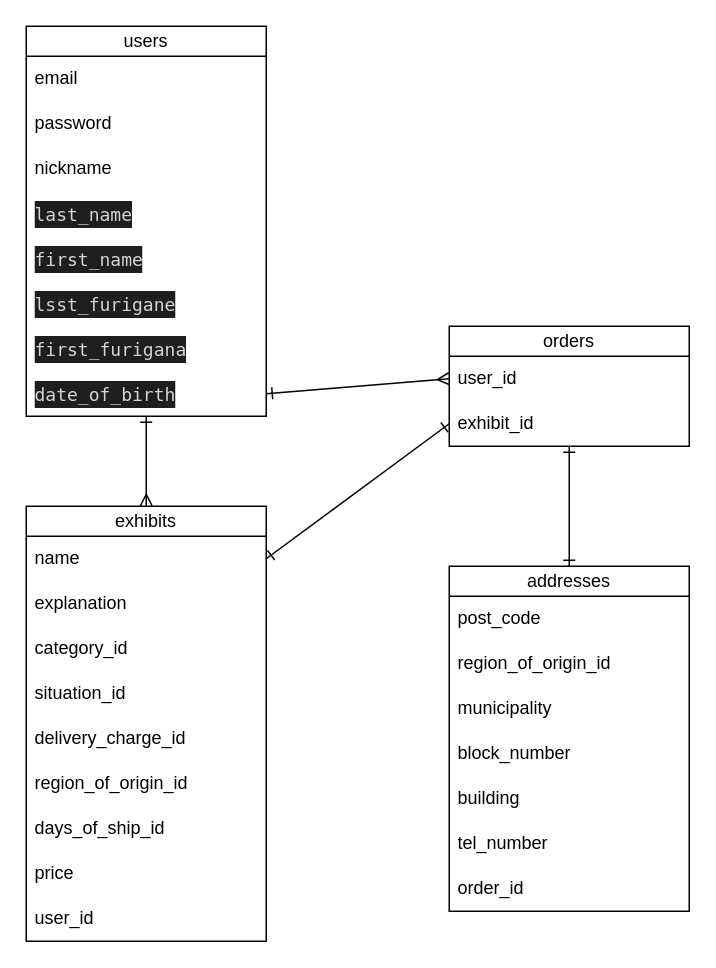
This is furima.dio from testmpc/furima-38889, a draw.io file, before an edit. Source tidied: cells renumbered, new cells numbered last; positions are measured from the earlier drawing's top-left corner, leaving out a move shared by most shapes. Both pictures are drawn from the tidied source at 150%, with x=0, y=0 at pixel (26, 26).
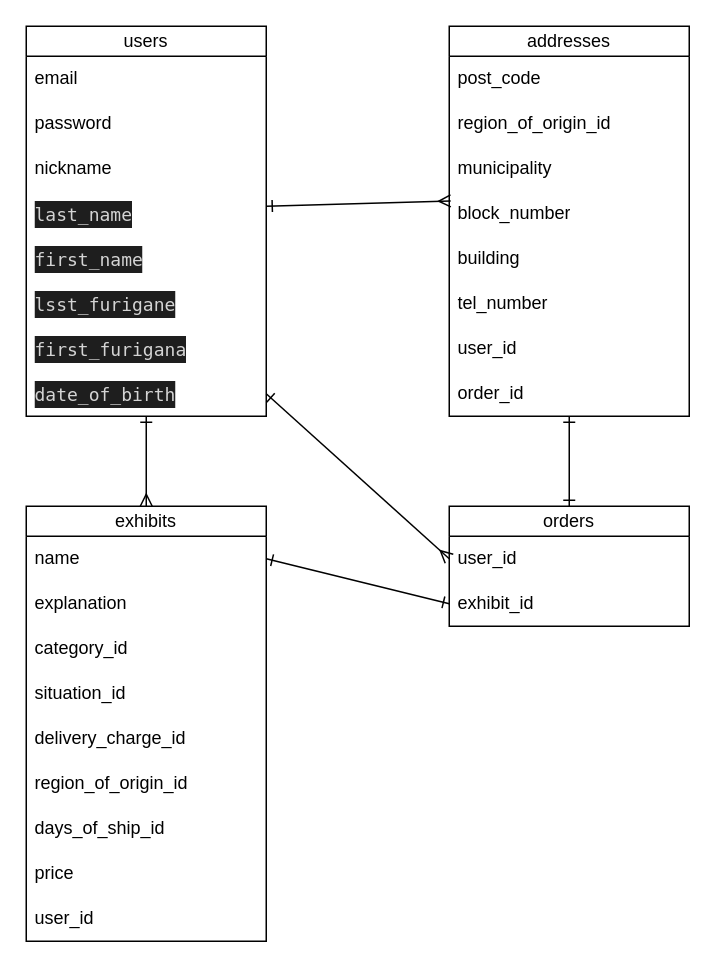
After the change.

Commit message (it also covers changes not shown here):
データベース設計5回目

The change refers to these unchanged cells:
```xml
<mxCell id="15" value="exhibit_id" style="text;strokeColor=none;fillColor=none;align=left;verticalAlign=middle;spacingLeft=4;spacingRight=4;overflow=hidden;points=[[0,0.5],[1,0.5]];portConstraint=eastwest;whiteSpace=wrap;html=1;" parent="13" vertex="1">
  <mxGeometry y="50" width="160" height="30" as="geometry" />
</mxCell>
<mxCell id="29" value="block_number" style="text;strokeColor=none;fillColor=none;align=left;verticalAlign=middle;spacingLeft=4;spacingRight=4;overflow=hidden;points=[[0,0.5],[1,0.5]];portConstraint=eastwest;whiteSpace=wrap;html=1;" parent="25" vertex="1">
  <mxGeometry y="110" width="160" height="30" as="geometry" />
</mxCell>
```

Diff of the diagram source:
```diff
@@
     <mxCell id="13" value="orders" style="swimlane;fontStyle=0;horizontal=1;startSize=20;whiteSpace=wrap;html=1;" parent="1" vertex="1">
-      <mxGeometry x="282" y="200" width="160" height="80" as="geometry" />
+      <mxGeometry x="282" y="320" width="160" height="80" as="geometry" />
     </mxCell>
@@
     <mxCell id="25" value="addresses" style="swimlane;fontStyle=0;horizontal=1;startSize=20;whiteSpace=wrap;html=1;" parent="1" vertex="1">
-      <mxGeometry x="282" y="360" width="160" height="230" as="geometry" />
+      <mxGeometry x="282" width="160" height="260" as="geometry" />
     </mxCell>
@@
+    <mxCell id="36" value="user_id" style="text;strokeColor=none;fillColor=none;align=left;verticalAlign=middle;spacingLeft=4;spacingRight=4;overflow=hidden;whiteSpace=wrap;html=1;" parent="25" vertex="1">
+      <mxGeometry y="200" width="160" height="30" as="geometry" />
+    </mxCell>
     <mxCell id="32" value="order_id" style="text;strokeColor=none;fillColor=none;align=left;verticalAlign=middle;spacingLeft=4;spacingRight=4;overflow=hidden;whiteSpace=wrap;html=1;" parent="25" vertex="1">
-      <mxGeometry y="200" width="160" height="30" as="geometry" />
+      <mxGeometry y="230" width="160" height="30" as="geometry" />
     </mxCell>
@@
-    <mxCell id="35" style="edgeStyle=none;html=1;startArrow=ERone;startFill=0;endArrow=ERone;endFill=0;entryX=0.5;entryY=0;entryDx=0;entryDy=0;" parent="1" edge="1" source="15" target="25">
-      <mxGeometry relative="1" as="geometry" />
-    </mxCell>
+    <mxCell id="37" style="edgeStyle=none;html=1;endArrow=ERone;endFill=0;startArrow=ERone;startFill=0;entryX=0.5;entryY=0;entryDx=0;entryDy=0;" parent="1" edge="1" target="13">
+      <mxGeometry relative="1" as="geometry">
+        <mxPoint x="362" y="260" as="sourcePoint" />
+      </mxGeometry>
+    </mxCell>
+    <mxCell id="38" style="edgeStyle=none;html=1;startArrow=ERmany;startFill=0;endArrow=ERone;endFill=0;entryX=1;entryY=0.5;entryDx=0;entryDy=0;exitX=0.006;exitY=0.214;exitDx=0;exitDy=0;exitPerimeter=0;" parent="1" edge="1" source="29">
+      <mxGeometry relative="1" as="geometry">
+        <mxPoint x="160" y="120" as="targetPoint" />
+      </mxGeometry>
+    </mxCell>
```
